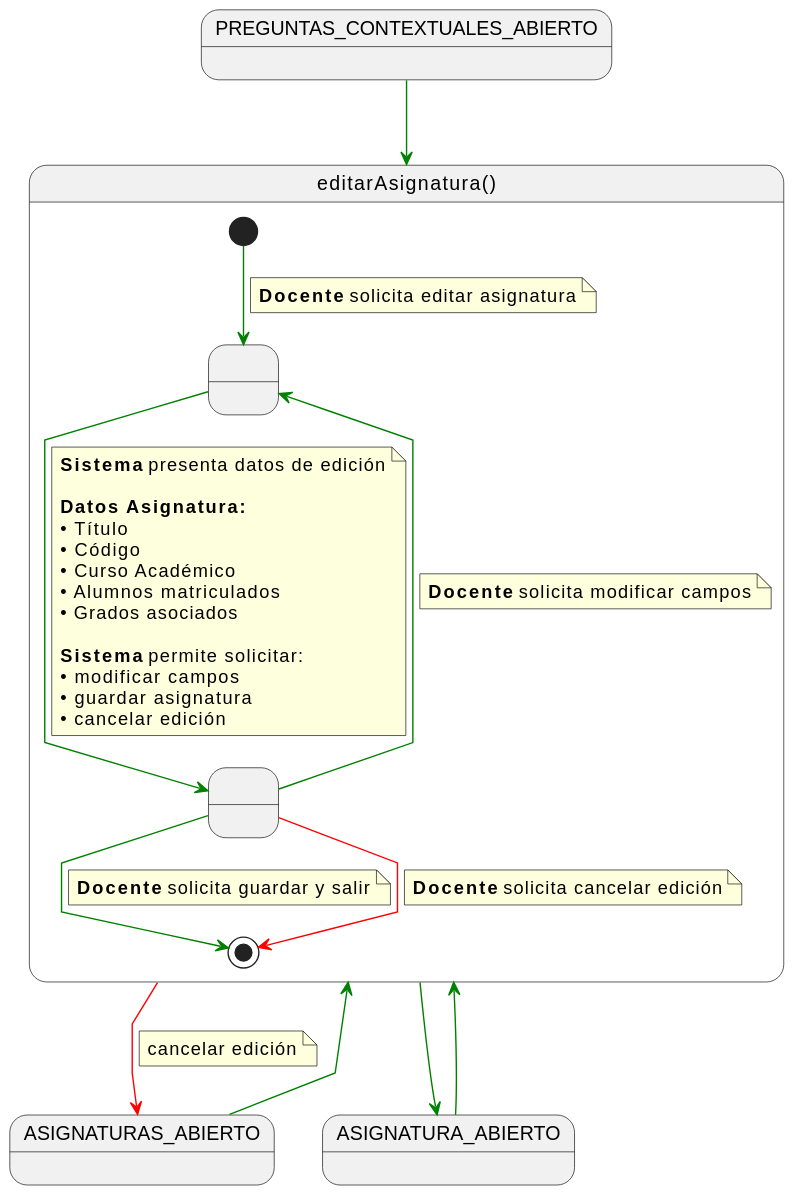
Earlier version of the PlantUML export documents/casos-de-uso/detalladoCasosDeUso/editarAsignatura/editarAsignatura.svg (martinlopez7/25-26-IdSw1-SdR).
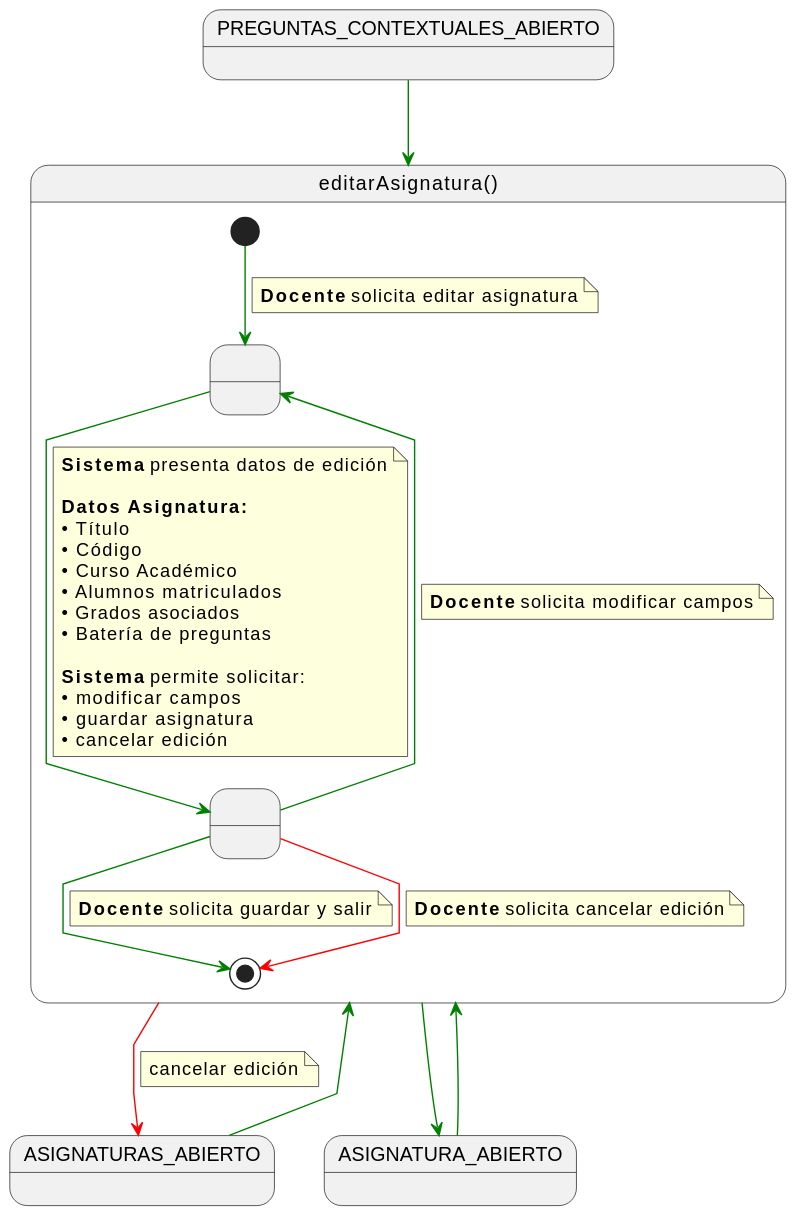
After the change.

The edit, as a diff of the source:
```diff
@@ -1,9 +1,11 @@
 @startuml
 skinparam linetype polyline
+
 
 state PREGUNTAS_CONTEXTUALES_ABIERTO
 state ASIGNATURAS_ABIERTO
 state ASIGNATURA_ABIERTO
+
 
 PREGUNTAS_CONTEXTUALES_ABIERTO -[#green]-> editarAsignatura
 ASIGNATURAS_ABIERTO -[#green]-> editarAsignatura
@@ -29,6 +31,7 @@
     • Curso Académico
     • Alumnos matriculados
     • Grados asociados
+    • Batería de preguntas
 
     <b>Sistema</b> permite solicitar:
     • modificar campos
@@ -53,6 +56,7 @@
 }
 
 
+
 editarAsignatura -[#green]-> ASIGNATURA_ABIERTO
 
 editarAsignatura -[#red]-> ASIGNATURAS_ABIERTO
```
